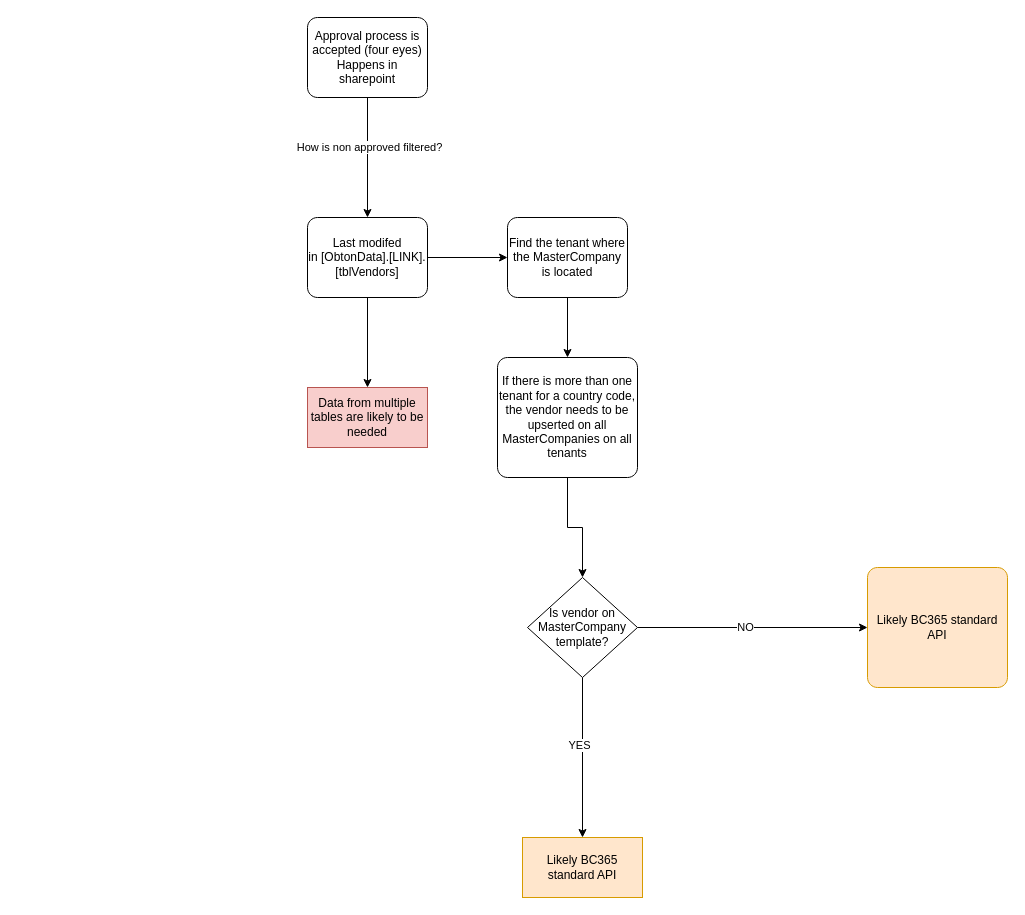
The draw.io diagram page "Upsert Vendor" (3 of 7) of bc365.drawio in enkopvand/enterprise-architecture, before the edit. Source tidied: cells renumbered, new cells numbered last; positions are measured from the earlier drawing's top-left corner, leaving out a move shared by most shapes. Both pictures are drawn from the tidied source at 100%, with x=0, y=0 at pixel (307, 17).
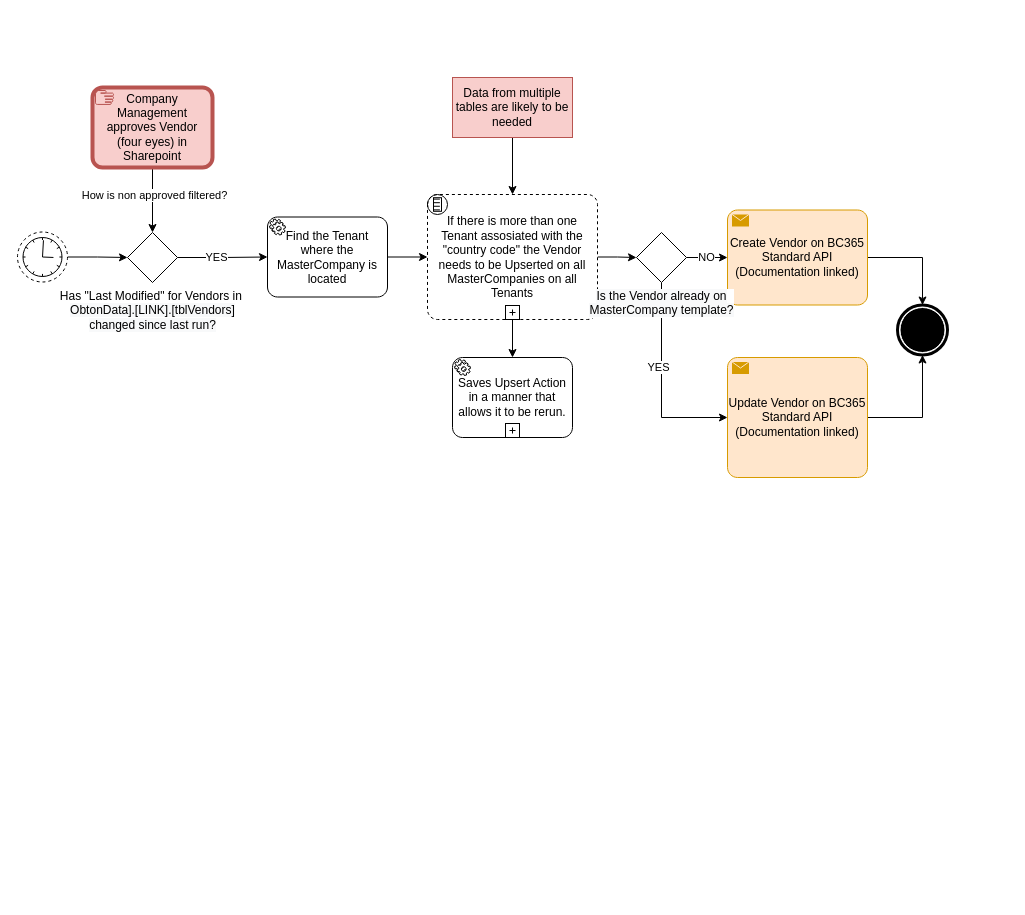
After the change.

The edit, as a diff of the source:
```diff
@@
-    <mxCell id="2" style="edgeStyle=orthogonalEdgeStyle;rounded=0;jettySize=auto;html=1;" parent="1" edge="1" source="4" target="6">
-      <mxGeometry relative="1" as="geometry" />
-    </mxCell>
-    <mxCell id="3" style="edgeStyle=orthogonalEdgeStyle;rounded=0;jettySize=auto;html=1;" parent="1" edge="1" source="4" target="19">
-      <mxGeometry relative="1" as="geometry" />
-    </mxCell>
-    <mxCell id="4" value="Last modifed in [ObtonData].[LINK].[tblVendors]" style="points=[[0.25,0,0],[0.5,0,0],[0.75,0,0],[1,0.25,0],[1,0.5,0],[1,0.75,0],[0.75,1,0],[0.5,1,0],[0.25,1,0],[0,0.75,0],[0,0.5,0],[0,0.25,0]];shape=mxgraph.bpmn.task;whiteSpace=wrap;rectStyle=rounded;size=10;taskMarker=abstract;" parent="1" vertex="1">
-      <mxGeometry y="200" width="120" height="80" as="geometry" />
-    </mxCell>
-    <mxCell id="5" style="edgeStyle=orthogonalEdgeStyle;rounded=0;jettySize=auto;html=1;" parent="1" edge="1" source="6" target="11">
-      <mxGeometry relative="1" as="geometry" />
-    </mxCell>
-    <mxCell id="6" value="Find the tenant where the MasterCompany is located" style="points=[[0.25,0,0],[0.5,0,0],[0.75,0,0],[1,0.25,0],[1,0.5,0],[1,0.75,0],[0.75,1,0],[0.5,1,0],[0.25,1,0],[0,0.75,0],[0,0.5,0],[0,0.25,0]];shape=mxgraph.bpmn.task;whiteSpace=wrap;rectStyle=rounded;size=10;taskMarker=abstract;" parent="1" vertex="1">
-      <mxGeometry x="200" y="200" width="120" height="80" as="geometry" />
-    </mxCell>
-    <mxCell id="7" style="edgeStyle=orthogonalEdgeStyle;rounded=0;jettySize=auto;html=1;entryX=0.5;entryY=0;entryDx=0;entryDy=0;entryPerimeter=0;" parent="1" edge="1" source="9" target="4">
+    <mxCell id="7" style="edgeStyle=orthogonalEdgeStyle;rounded=0;jettySize=auto;html=1;entryX=0.5;entryY=0;entryDx=0;entryDy=0;entryPerimeter=0;exitX=0.5;exitY=1;exitDx=0;exitDy=0;exitPerimeter=0;" parent="1" edge="1" source="22" target="27">
       <mxGeometry relative="1" as="geometry" />
     </mxCell>
@@
-    <mxCell id="9" value="Approval process is accepted (four eyes)&#10;Happens in sharepoint" style="points=[[0.25,0,0],[0.5,0,0],[0.75,0,0],[1,0.25,0],[1,0.5,0],[1,0.75,0],[0.75,1,0],[0.5,1,0],[0.25,1,0],[0,0.75,0],[0,0.5,0],[0,0.25,0]];shape=mxgraph.bpmn.task;whiteSpace=wrap;rectStyle=rounded;size=10;taskMarker=abstract;" parent="1" vertex="1">
-      <mxGeometry width="120" height="80" as="geometry" />
-    </mxCell>
-    <mxCell id="10" style="edgeStyle=orthogonalEdgeStyle;rounded=0;jettySize=auto;html=1;" parent="1" edge="1" source="11" target="17">
-      <mxGeometry relative="1" as="geometry" />
-    </mxCell>
-    <mxCell id="11" value="If there is more than one tenant for a country code, the vendor needs to be upserted on all MasterCompanies on all tenants" style="points=[[0.25,0,0],[0.5,0,0],[0.75,0,0],[1,0.25,0],[1,0.5,0],[1,0.75,0],[0.75,1,0],[0.5,1,0],[0.25,1,0],[0,0.75,0],[0,0.5,0],[0,0.25,0]];shape=mxgraph.bpmn.task;whiteSpace=wrap;rectStyle=rounded;size=10;taskMarker=abstract;" parent="1" vertex="1">
-      <mxGeometry x="190" y="340" width="140" height="120" as="geometry" />
-    </mxCell>
+    <mxCell id="20" style="edgeStyle=orthogonalEdgeStyle;rounded=0;jettySize=auto;html=1;entryX=0.5;entryY=0;entryDx=0;entryDy=0;entryPerimeter=0;" parent="1" edge="1" source="12" target="37">
+      <mxGeometry relative="1" as="geometry" />
+    </mxCell>
-    <mxCell id="12" value="Likely BC365 standard API" style="points=[[0.25,0,0],[0.5,0,0],[0.75,0,0],[1,0.25,0],[1,0.5,0],[1,0.75,0],[0.75,1,0],[0.5,1,0],[0.25,1,0],[0,0.75,0],[0,0.5,0],[0,0.25,0]];shape=mxgraph.bpmn.task;whiteSpace=wrap;rectStyle=rounded;size=10;taskMarker=abstract;fillColor=#ffe6cc;strokeColor=#d79b00;" parent="1" vertex="1">
-      <mxGeometry x="560" y="550" width="140" height="120" as="geometry" />
+    <mxCell id="12" value="Create Vendor on BC365 Standard API&#10;(Documentation linked)" style="points=[[0.25,0,0],[0.5,0,0],[0.75,0,0],[1,0.25,0],[1,0.5,0],[1,0.75,0],[0.75,1,0],[0.5,1,0],[0.25,1,0],[0,0.75,0],[0,0.5,0],[0,0.25,0]];shape=mxgraph.bpmn.task;whiteSpace=wrap;rectStyle=rounded;size=10;taskMarker=send;fillColor=#ffe6cc;strokeColor=#d79b00;" parent="1" vertex="1">
+      <mxGeometry x="420" y="192.5" width="140" height="95" as="geometry" />
     </mxCell>
-    <mxCell id="13" style="edgeStyle=orthogonalEdgeStyle;rounded=0;jettySize=auto;html=1;entryX=0;entryY=0.5;entryDx=0;entryDy=0;entryPerimeter=0;" parent="1" edge="1" source="17" target="12">
+    <mxCell id="13" style="edgeStyle=orthogonalEdgeStyle;rounded=0;jettySize=auto;html=1;entryX=0;entryY=0.5;entryDx=0;entryDy=0;entryPerimeter=0;exitX=1;exitY=0.5;exitDx=0;exitDy=0;exitPerimeter=0;" parent="1" edge="1" source="34" target="12">
       <mxGeometry relative="1" as="geometry" />
     </mxCell>
@@
-    <mxCell id="15" style="edgeStyle=orthogonalEdgeStyle;rounded=0;jettySize=auto;html=1;" parent="1" edge="1" source="17" target="18">
+    <mxCell id="15" style="edgeStyle=orthogonalEdgeStyle;rounded=0;jettySize=auto;html=1;exitX=0.5;exitY=1;exitDx=0;exitDy=0;exitPerimeter=0;entryX=0;entryY=0.5;entryDx=0;entryDy=0;entryPerimeter=0;" parent="1" edge="1" source="34" target="36">
       <mxGeometry relative="1" as="geometry" />
     </mxCell>
@@
-    <mxCell id="17" value="Is vendor on MasterCompany template?" style="rhombus;whiteSpace=wrap;html=1;" parent="1" vertex="1">
-      <mxGeometry x="220" y="560" width="110" height="100" as="geometry" />
-    </mxCell>
-    <mxCell id="18" value="&lt;span style=&quot;&quot;&gt;Likely BC365 standard API&lt;/span&gt;" style="whiteSpace=wrap;html=1;fillColor=#ffe6cc;strokeColor=#d79b00;" parent="1" vertex="1">
-      <mxGeometry x="215" y="820" width="120" height="60" as="geometry" />
-    </mxCell>
+    <mxCell id="21" style="edgeStyle=orthogonalEdgeStyle;rounded=0;jettySize=auto;html=1;" parent="1" edge="1" source="19" target="32">
+      <mxGeometry relative="1" as="geometry" />
+    </mxCell>
     <mxCell id="19" value="Data from multiple tables are likely to be needed" style="whiteSpace=wrap;html=1;fillColor=#f8cecc;strokeColor=#b85450;" parent="1" vertex="1">
-      <mxGeometry y="370" width="120" height="60" as="geometry" />
+      <mxGeometry x="145" y="60" width="120" height="60" as="geometry" />
     </mxCell>
+    <mxCell id="22" value="Company Management approves Vendor (four eyes) in Sharepoint" style="points=[[0.25,0,0],[0.5,0,0],[0.75,0,0],[1,0.25,0],[1,0.5,0],[1,0.75,0],[0.75,1,0],[0.5,1,0],[0.25,1,0],[0,0.75,0],[0,0.5,0],[0,0.25,0]];shape=mxgraph.bpmn.task;whiteSpace=wrap;rectStyle=rounded;size=10;bpmnShapeType=call;taskMarker=manual;fillColor=#f8cecc;strokeColor=#b85450;" parent="1" vertex="1">
+      <mxGeometry x="-215" y="70" width="120" height="80" as="geometry" />
+    </mxCell>
+    <mxCell id="23" style="edgeStyle=orthogonalEdgeStyle;rounded=0;jettySize=auto;html=1;" parent="1" edge="1" source="24" target="27">
+      <mxGeometry relative="1" as="geometry" />
+    </mxCell>
+    <mxCell id="24" style="points=[[0.145,0.145,0],[0.5,0,0],[0.855,0.145,0],[1,0.5,0],[0.855,0.855,0],[0.5,1,0],[0.145,0.855,0],[0,0.5,0]];shape=mxgraph.bpmn.event;html=1;verticalLabelPosition=bottom;labelBackgroundColor=#ffffff;verticalAlign=top;align=center;perimeter=ellipsePerimeter;outlineConnect=0;outline=eventNonint;symbol=timer;" parent="1" vertex="1">
+      <mxGeometry x="-290" y="214.5" width="50" height="50" as="geometry" />
+    </mxCell>
+    <mxCell id="25" style="edgeStyle=orthogonalEdgeStyle;rounded=0;jettySize=auto;html=1;" parent="1" edge="1" source="27" target="29">
+      <mxGeometry relative="1" as="geometry" />
+    </mxCell>
+    <mxCell id="26" value="YES" style="edgeLabel;html=1;align=center;verticalAlign=middle;" parent="25" vertex="1">
+      <mxGeometry x="-0.15" y="1" relative="1" as="geometry" />
+    </mxCell>
+    <mxCell id="27" value="Has &quot;Last Modified&quot; for Vendors in&amp;nbsp;&lt;br&gt;&lt;span style=&quot;background-color: rgb(248, 249, 250);&quot;&gt;ObtonData].[LINK].[tblVendors]&lt;/span&gt;&lt;span style=&quot;background-color: rgb(248, 249, 250);&quot;&gt;&lt;br&gt;changed since last run?&lt;/span&gt;" style="points=[[0.25,0.25,0],[0.5,0,0],[0.75,0.25,0],[1,0.5,0],[0.75,0.75,0],[0.5,1,0],[0.25,0.75,0],[0,0.5,0]];shape=mxgraph.bpmn.gateway2;html=1;verticalLabelPosition=bottom;labelBackgroundColor=#ffffff;verticalAlign=top;align=center;perimeter=rhombusPerimeter;outlineConnect=0;outline=none;symbol=none;" parent="1" vertex="1">
+      <mxGeometry x="-180" y="215" width="50" height="50" as="geometry" />
+    </mxCell>
+    <mxCell id="28" style="edgeStyle=orthogonalEdgeStyle;rounded=0;jettySize=auto;html=1;entryX=0;entryY=0.5;entryDx=0;entryDy=0;entryPerimeter=0;" parent="1" edge="1" source="29" target="32">
+      <mxGeometry relative="1" as="geometry" />
+    </mxCell>
+    <mxCell id="29" value="Find the Tenant where the MasterCompany is located" style="points=[[0.25,0,0],[0.5,0,0],[0.75,0,0],[1,0.25,0],[1,0.5,0],[1,0.75,0],[0.75,1,0],[0.5,1,0],[0.25,1,0],[0,0.75,0],[0,0.5,0],[0,0.25,0]];shape=mxgraph.bpmn.task;whiteSpace=wrap;rectStyle=rounded;size=10;taskMarker=service;" parent="1" vertex="1">
+      <mxGeometry x="-40" y="199.5" width="120" height="80" as="geometry" />
+    </mxCell>
+    <mxCell id="30" style="edgeStyle=orthogonalEdgeStyle;rounded=0;jettySize=auto;html=1;entryX=0.5;entryY=0;entryDx=0;entryDy=0;entryPerimeter=0;" parent="1" edge="1" source="32" target="33">
+      <mxGeometry relative="1" as="geometry" />
+    </mxCell>
+    <mxCell id="31" style="edgeStyle=orthogonalEdgeStyle;rounded=0;jettySize=auto;html=1;" parent="1" edge="1" source="32" target="34">
+      <mxGeometry relative="1" as="geometry" />
+    </mxCell>
+    <mxCell id="32" value="If there is more than one Tenant assosiated with the &quot;country code&quot; the Vendor needs to be Upserted on all MasterCompanies on all Tenants" style="points=[[0.25,0,0],[0.5,0,0],[0.75,0,0],[1,0.25,0],[1,0.5,0],[1,0.75,0],[0.75,1,0],[0.5,1,0],[0.25,1,0],[0,0.75,0],[0,0.5,0],[0,0.25,0]];shape=mxgraph.bpmn.task;whiteSpace=wrap;rectStyle=rounded;size=10;taskMarker=abstract;bpmnShapeType=subprocess;isLoopSub=1;outline=eventInt;symbol=conditional;" parent="1" vertex="1">
+      <mxGeometry x="120" y="177" width="170" height="125" as="geometry" />
+    </mxCell>
+    <mxCell id="33" value="Saves Upsert Action in a manner that allows it to be rerun." style="points=[[0.25,0,0],[0.5,0,0],[0.75,0,0],[1,0.25,0],[1,0.5,0],[1,0.75,0],[0.75,1,0],[0.5,1,0],[0.25,1,0],[0,0.75,0],[0,0.5,0],[0,0.25,0]];shape=mxgraph.bpmn.task;whiteSpace=wrap;rectStyle=rounded;size=10;taskMarker=service;isLoopSub=1;" parent="1" vertex="1">
+      <mxGeometry x="145" y="340" width="120" height="80" as="geometry" />
+    </mxCell>
+    <mxCell id="34" value="&lt;span style=&quot;background-color: rgb(248, 249, 250);&quot;&gt;Is the Vendor already on &lt;br&gt;MasterCompany template?&lt;/span&gt;" style="points=[[0.25,0.25,0],[0.5,0,0],[0.75,0.25,0],[1,0.5,0],[0.75,0.75,0],[0.5,1,0],[0.25,0.75,0],[0,0.5,0]];shape=mxgraph.bpmn.gateway2;html=1;verticalLabelPosition=bottom;labelBackgroundColor=#ffffff;verticalAlign=top;align=center;perimeter=rhombusPerimeter;outlineConnect=0;outline=none;symbol=none;" parent="1" vertex="1">
+      <mxGeometry x="329" y="215" width="50" height="50" as="geometry" />
+    </mxCell>
+    <mxCell id="35" style="edgeStyle=orthogonalEdgeStyle;rounded=0;jettySize=auto;html=1;entryX=0.5;entryY=1;entryDx=0;entryDy=0;entryPerimeter=0;" parent="1" edge="1" source="36" target="37">
+      <mxGeometry relative="1" as="geometry" />
+    </mxCell>
+    <mxCell id="36" value="Update Vendor on BC365 Standard API&#10;(Documentation linked)" style="points=[[0.25,0,0],[0.5,0,0],[0.75,0,0],[1,0.25,0],[1,0.5,0],[1,0.75,0],[0.75,1,0],[0.5,1,0],[0.25,1,0],[0,0.75,0],[0,0.5,0],[0,0.25,0]];shape=mxgraph.bpmn.task;whiteSpace=wrap;rectStyle=rounded;size=10;taskMarker=send;fillColor=#ffe6cc;strokeColor=#d79b00;" parent="1" vertex="1">
+      <mxGeometry x="420" y="340" width="140" height="120" as="geometry" />
+    </mxCell>
+    <mxCell id="37" style="points=[[0.145,0.145,0],[0.5,0,0],[0.855,0.145,0],[1,0.5,0],[0.855,0.855,0],[0.5,1,0],[0.145,0.855,0],[0,0.5,0]];shape=mxgraph.bpmn.event;html=1;verticalLabelPosition=bottom;labelBackgroundColor=#ffffff;verticalAlign=top;align=center;perimeter=ellipsePerimeter;outlineConnect=0;outline=end;symbol=terminate;" parent="1" vertex="1">
+      <mxGeometry x="590" y="287.5" width="50" height="50" as="geometry" />
+    </mxCell>
```
